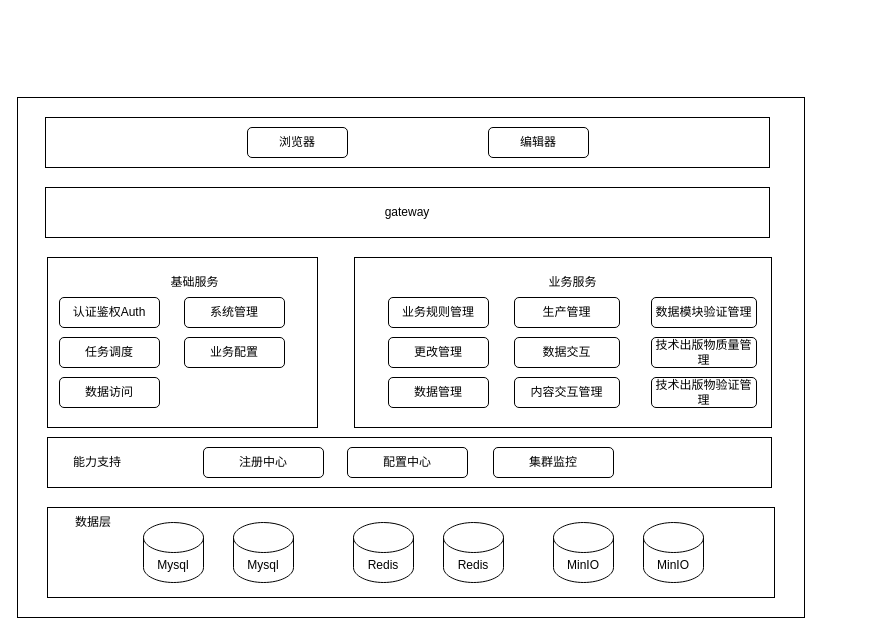
The draw.io diagram csdb/csdb 技术架构图.drawio in DemonHan/KuickBuy, before the edit. Source tidied: cells renumbered, new cells numbered last; positions are measured from the earlier drawing's top-left corner, leaving out a move shared by most shapes. Both pictures are drawn from the tidied source at 100%, with x=0, y=0 at pixel (17, 97).
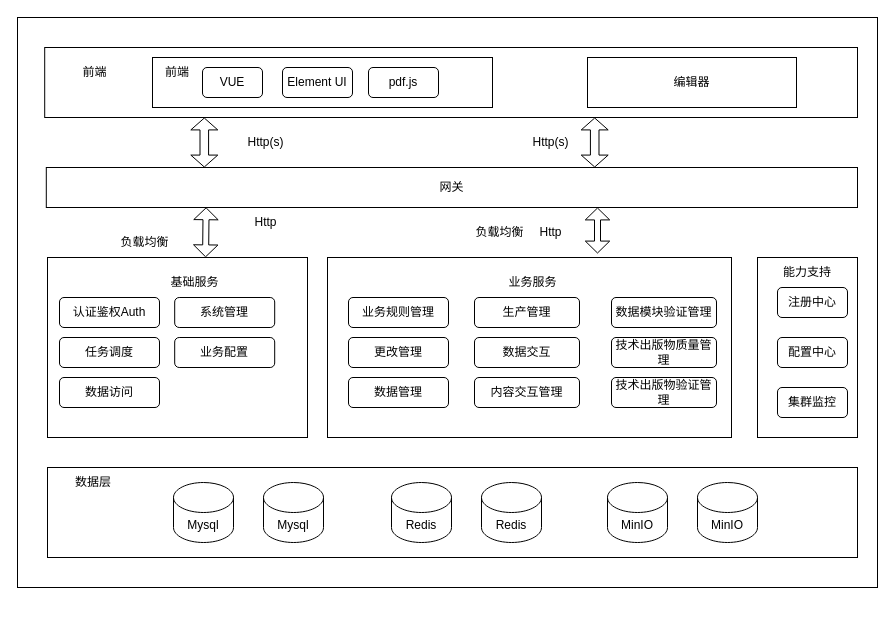
Above is the later version.

Commit message:
更新csdb 技术架构图.drawio

Diff of the diagram source:
```diff
@@
     <mxCell id="2" style="rounded=0;whiteSpace=wrap;html=1;" parent="1" vertex="1">
-      <mxGeometry width="787" height="520" as="geometry" />
+      <mxGeometry y="-80" width="860" height="570" as="geometry" />
     </mxCell>
     <mxCell id="3" style="rounded=0;whiteSpace=wrap;html=1;" parent="1" vertex="1">
-      <mxGeometry x="30" y="410" width="727" height="90" as="geometry" />
+      <mxGeometry x="30" y="370" width="810" height="90" as="geometry" />
     </mxCell>
     <mxCell id="4" style="rounded=0;whiteSpace=wrap;html=1;" parent="1" vertex="1">
-      <mxGeometry x="30" y="160" width="270" height="170" as="geometry" />
+      <mxGeometry x="30" y="160" width="260" height="180" as="geometry" />
     </mxCell>
     <mxCell id="5" style="rounded=0;whiteSpace=wrap;html=1;" parent="1" vertex="1">
-      <mxGeometry x="30" y="340" width="724" height="50" as="geometry" />
+      <mxGeometry x="740" y="160" width="100" height="180" as="geometry" />
     </mxCell>
     <mxCell id="6" value="注册中心" style="rounded=1;whiteSpace=wrap;html=1;" parent="1" vertex="1">
-      <mxGeometry x="186" y="350" width="120" height="30" as="geometry" />
+      <mxGeometry x="760" y="190" width="70" height="30" as="geometry" />
     </mxCell>
     <mxCell id="7" value="配置中心" style="rounded=1;whiteSpace=wrap;html=1;" parent="1" vertex="1">
-      <mxGeometry x="330" y="350" width="120" height="30" as="geometry" />
+      <mxGeometry x="760" y="240" width="70" height="30" as="geometry" />
     </mxCell>
     <mxCell id="8" value="集群监控" style="rounded=1;whiteSpace=wrap;html=1;" parent="1" vertex="1">
-      <mxGeometry x="476" y="350" width="120" height="30" as="geometry" />
+      <mxGeometry x="760" y="290" width="70" height="30" as="geometry" />
     </mxCell>
     <mxCell id="9" value="数据层" style="text;html=1;align=center;verticalAlign=middle;whiteSpace=wrap;rounded=0;" parent="1" vertex="1">
-      <mxGeometry x="46" y="410" width="60" height="30" as="geometry" />
+      <mxGeometry x="46" y="370" width="60" height="30" as="geometry" />
     </mxCell>
     <mxCell id="10" value="Mysql" style="shape=cylinder3;whiteSpace=wrap;html=1;boundedLbl=1;backgroundOutline=1;size=15;" parent="1" vertex="1">
-      <mxGeometry x="126" y="425" width="60" height="60" as="geometry" />
+      <mxGeometry x="156" y="385" width="60" height="60" as="geometry" />
     </mxCell>
     <mxCell id="11" value="Redis" style="shape=cylinder3;whiteSpace=wrap;html=1;boundedLbl=1;backgroundOutline=1;size=15;" parent="1" vertex="1">
-      <mxGeometry x="336" y="425" width="60" height="60" as="geometry" />
+      <mxGeometry x="374" y="385" width="60" height="60" as="geometry" />
     </mxCell>
     <mxCell id="12" value="MinIO" style="shape=cylinder3;whiteSpace=wrap;html=1;boundedLbl=1;backgroundOutline=1;size=15;" parent="1" vertex="1">
-      <mxGeometry x="536" y="425" width="60" height="60" as="geometry" />
+      <mxGeometry x="590" y="385" width="60" height="60" as="geometry" />
     </mxCell>
     <mxCell id="13" value="Mysql" style="shape=cylinder3;whiteSpace=wrap;html=1;boundedLbl=1;backgroundOutline=1;size=15;" parent="1" vertex="1">
-      <mxGeometry x="216" y="425" width="60" height="60" as="geometry" />
+      <mxGeometry x="246" y="385" width="60" height="60" as="geometry" />
     </mxCell>
     <mxCell id="14" value="Redis" style="shape=cylinder3;whiteSpace=wrap;html=1;boundedLbl=1;backgroundOutline=1;size=15;" parent="1" vertex="1">
-      <mxGeometry x="426" y="425" width="60" height="60" as="geometry" />
+      <mxGeometry x="464" y="385" width="60" height="60" as="geometry" />
     </mxCell>
     <mxCell id="15" value="MinIO" style="shape=cylinder3;whiteSpace=wrap;html=1;boundedLbl=1;backgroundOutline=1;size=15;" parent="1" vertex="1">
-      <mxGeometry x="626" y="425" width="60" height="60" as="geometry" />
+      <mxGeometry x="680" y="385" width="60" height="60" as="geometry" />
     </mxCell>
@@
     <mxCell id="20" style="rounded=0;whiteSpace=wrap;html=1;" parent="1" vertex="1">
-      <mxGeometry x="337" y="160" width="417" height="170" as="geometry" />
+      <mxGeometry x="310" y="160" width="404" height="180" as="geometry" />
     </mxCell>
     <mxCell id="21" value="业务服务" style="text;html=1;align=center;verticalAlign=middle;strokeColor=none;fillColor=none;" parent="1" vertex="1">
-      <mxGeometry x="520" y="170" width="70" height="30" as="geometry" />
+      <mxGeometry x="480" y="170" width="70" height="30" as="geometry" />
     </mxCell>
     <mxCell id="22" value="业务规则管理" style="rounded=1;whiteSpace=wrap;html=1;" parent="1" vertex="1">
-      <mxGeometry x="371" y="200" width="100" height="30" as="geometry" />
+      <mxGeometry x="331" y="200" width="100" height="30" as="geometry" />
     </mxCell>
     <mxCell id="23" value="更改管理" style="rounded=1;whiteSpace=wrap;html=1;" parent="1" vertex="1">
-      <mxGeometry x="371" y="240" width="100" height="30" as="geometry" />
+      <mxGeometry x="331" y="240" width="100" height="30" as="geometry" />
     </mxCell>
     <mxCell id="24" value="数据管理" style="rounded=1;whiteSpace=wrap;html=1;" parent="1" vertex="1">
-      <mxGeometry x="371" y="280" width="100" height="30" as="geometry" />
+      <mxGeometry x="331" y="280" width="100" height="30" as="geometry" />
     </mxCell>
     <mxCell id="25" value="生产管理" style="rounded=1;whiteSpace=wrap;html=1;" parent="1" vertex="1">
-      <mxGeometry x="497" y="200" width="105" height="30" as="geometry" />
+      <mxGeometry x="457" y="200" width="105" height="30" as="geometry" />
     </mxCell>
     <mxCell id="26" value="数据交互" style="rounded=1;whiteSpace=wrap;html=1;" parent="1" vertex="1">
-      <mxGeometry x="497" y="240" width="105" height="30" as="geometry" />
+      <mxGeometry x="457" y="240" width="105" height="30" as="geometry" />
     </mxCell>
     <mxCell id="27" value="内容交互管理" style="rounded=1;whiteSpace=wrap;html=1;" parent="1" vertex="1">
-      <mxGeometry x="497" y="280" width="105" height="30" as="geometry" />
+      <mxGeometry x="457" y="280" width="105" height="30" as="geometry" />
     </mxCell>
     <mxCell id="28" value="系统管理" style="rounded=1;whiteSpace=wrap;html=1;" parent="1" vertex="1">
-      <mxGeometry x="167" y="200" width="100" height="30" as="geometry" />
+      <mxGeometry x="157.2" y="200" width="100" height="30" as="geometry" />
     </mxCell>
     <mxCell id="29" value="业务配置" style="rounded=1;whiteSpace=wrap;html=1;" parent="1" vertex="1">
-      <mxGeometry x="167" y="240" width="100" height="30" as="geometry" />
+      <mxGeometry x="157.2" y="240" width="100" height="30" as="geometry" />
     </mxCell>
     <mxCell id="30" value="数据模块验证管理" style="rounded=1;whiteSpace=wrap;html=1;" parent="1" vertex="1">
-      <mxGeometry x="634" y="200" width="105" height="30" as="geometry" />
+      <mxGeometry x="594" y="200" width="105" height="30" as="geometry" />
     </mxCell>
     <mxCell id="31" value="技术出版物质量管理" style="rounded=1;whiteSpace=wrap;html=1;" parent="1" vertex="1">
-      <mxGeometry x="634" y="240" width="105" height="30" as="geometry" />
+      <mxGeometry x="594" y="240" width="105" height="30" as="geometry" />
     </mxCell>
     <mxCell id="32" value="技术出版物验证管理" style="rounded=1;whiteSpace=wrap;html=1;" parent="1" vertex="1">
-      <mxGeometry x="634" y="280" width="105" height="30" as="geometry" />
+      <mxGeometry x="594" y="280" width="105" height="30" as="geometry" />
     </mxCell>
     <mxCell id="33" value="能力支持" style="text;html=1;align=center;verticalAlign=middle;whiteSpace=wrap;rounded=0;" parent="1" vertex="1">
-      <mxGeometry x="50" y="350" width="60" height="30" as="geometry" />
+      <mxGeometry x="760" y="160" width="60" height="30" as="geometry" />
     </mxCell>
-    <mxCell id="34" value="gateway" style="rounded=0;whiteSpace=wrap;html=1;" parent="1" vertex="1">
-      <mxGeometry x="28" y="90" width="724" height="50" as="geometry" />
+    <mxCell id="34" value="网关" style="rounded=0;whiteSpace=wrap;html=1;" parent="1" vertex="1">
+      <mxGeometry x="28.8" y="70" width="811.2" height="40" as="geometry" />
     </mxCell>
     <mxCell id="35" style="rounded=0;whiteSpace=wrap;html=1;" parent="1" vertex="1">
-      <mxGeometry x="28" y="20" width="724" height="50" as="geometry" />
+      <mxGeometry x="27.2" y="-50" width="812.8" height="70" as="geometry" />
     </mxCell>
-    <mxCell id="36" value="浏览器" style="rounded=1;whiteSpace=wrap;html=1;" parent="1" vertex="1">
-      <mxGeometry x="230" y="30" width="100" height="30" as="geometry" />
-    </mxCell>
+    <mxCell id="38" value="前端" style="text;html=1;align=center;verticalAlign=middle;strokeColor=none;fillColor=none;" parent="1" vertex="1">
+      <mxGeometry x="52.2" y="-40" width="50" height="30" as="geometry" />
+    </mxCell>
+    <mxCell id="39" style="rounded=0;whiteSpace=wrap;html=1;" parent="1" vertex="1">
+      <mxGeometry x="135" y="-40" width="340" height="50" as="geometry" />
+    </mxCell>
+    <mxCell id="40" value="前端" style="text;html=1;align=center;verticalAlign=middle;whiteSpace=wrap;rounded=0;" parent="1" vertex="1">
+      <mxGeometry x="130" y="-40" width="60" height="30" as="geometry" />
+    </mxCell>
-    <mxCell id="37" value="编辑器" style="rounded=1;whiteSpace=wrap;html=1;" parent="1" vertex="1">
-      <mxGeometry x="471" y="30" width="100" height="30" as="geometry" />
+    <mxCell id="37" value="编辑器" style="rounded=0;whiteSpace=wrap;html=1;" parent="1" vertex="1">
+      <mxGeometry x="570" y="-40" width="209" height="50" as="geometry" />
     </mxCell>
+    <mxCell id="41" value="VUE" style="rounded=1;whiteSpace=wrap;html=1;" parent="1" vertex="1">
+      <mxGeometry x="185" y="-30" width="60" height="30" as="geometry" />
+    </mxCell>
+    <mxCell id="42" value="Element UI" style="rounded=1;whiteSpace=wrap;html=1;" parent="1" vertex="1">
+      <mxGeometry x="265" y="-30" width="70" height="30" as="geometry" />
+    </mxCell>
+    <mxCell id="43" value="pdf.js" style="rounded=1;whiteSpace=wrap;html=1;" parent="1" vertex="1">
+      <mxGeometry x="351" y="-30" width="70" height="30" as="geometry" />
+    </mxCell>
+    <mxCell id="44" style="shape=flexArrow;endArrow=classic;startArrow=classic;html=1;rounded=0;width=8.571428571428571;startSize=3.64;endSize=3.64;endWidth=17.387755102040817;startWidth=17.387755102040817;" parent="1" edge="1">
+      <mxGeometry relative="1" as="geometry">
+        <mxPoint x="186.8" y="70" as="sourcePoint" />
+        <mxPoint x="186.8" y="20" as="targetPoint" />
+      </mxGeometry>
+    </mxCell>
+    <mxCell id="45" style="shape=flexArrow;endArrow=classic;startArrow=classic;html=1;rounded=0;width=8.571428571428571;startSize=3.64;endSize=3.64;endWidth=17.387755102040817;startWidth=17.387755102040817;" parent="1" edge="1">
+      <mxGeometry relative="1" as="geometry">
+        <mxPoint x="577.2" y="70" as="sourcePoint" />
+        <mxPoint x="577.2" y="20" as="targetPoint" />
+      </mxGeometry>
+    </mxCell>
+    <mxCell id="46" value="Http(s)" style="text;html=1;align=center;verticalAlign=middle;strokeColor=none;fillColor=none;" parent="1" vertex="1">
+      <mxGeometry x="218.2" y="30" width="60" height="30" as="geometry" />
+    </mxCell>
+    <mxCell id="47" value="Http(s)" style="text;html=1;align=center;verticalAlign=middle;strokeColor=none;fillColor=none;" parent="1" vertex="1">
+      <mxGeometry x="503.2" y="30" width="60" height="30" as="geometry" />
+    </mxCell>
+    <mxCell id="48" style="shape=flexArrow;endArrow=classic;startArrow=classic;html=1;rounded=0;width=6;startSize=3.64;endSize=3.64;endWidth=17.387755102040817;startWidth=17.387755102040817;entryX=0.197;entryY=0.995;entryDx=0;entryDy=0;entryPerimeter=0;exitX=0.608;exitY=-0.001;exitDx=0;exitDy=0;exitPerimeter=0;" parent="1" edge="1" source="4" target="34">
+      <mxGeometry relative="1" as="geometry" />
+    </mxCell>
+    <mxCell id="49" style="shape=flexArrow;endArrow=classic;startArrow=classic;html=1;rounded=0;width=6;startSize=3.64;endSize=3.64;endWidth=17.387755102040817;startWidth=17.387755102040817;exitX=0.578;exitY=-0.011;exitDx=0;exitDy=0;exitPerimeter=0;entryX=0.217;entryY=1.055;entryDx=0;entryDy=0;entryPerimeter=0;" parent="1" edge="1">
+      <mxGeometry relative="1" as="geometry">
+        <mxPoint x="580" y="156" as="sourcePoint" />
+        <mxPoint x="580" y="110" as="targetPoint" />
+      </mxGeometry>
+    </mxCell>
+    <mxCell id="50" value="Http" style="text;html=1;align=center;verticalAlign=middle;strokeColor=none;fillColor=none;" parent="1" vertex="1">
+      <mxGeometry x="223.2" y="110" width="50" height="30" as="geometry" />
+    </mxCell>
+    <mxCell id="51" value="Http" style="text;html=1;align=center;verticalAlign=middle;strokeColor=none;fillColor=none;" parent="1" vertex="1">
+      <mxGeometry x="508.2" y="120" width="50" height="30" as="geometry" />
+    </mxCell>
+    <mxCell id="52" value="负载均衡" style="text;html=1;align=center;verticalAlign=middle;strokeColor=none;fillColor=none;" parent="1" vertex="1">
+      <mxGeometry x="92.2" y="130" width="70" height="30" as="geometry" />
+    </mxCell>
+    <mxCell id="53" value="负载均衡" style="text;html=1;align=center;verticalAlign=middle;strokeColor=none;fillColor=none;" parent="1" vertex="1">
+      <mxGeometry x="447.2" y="120" width="70" height="30" as="geometry" />
+    </mxCell>
```
